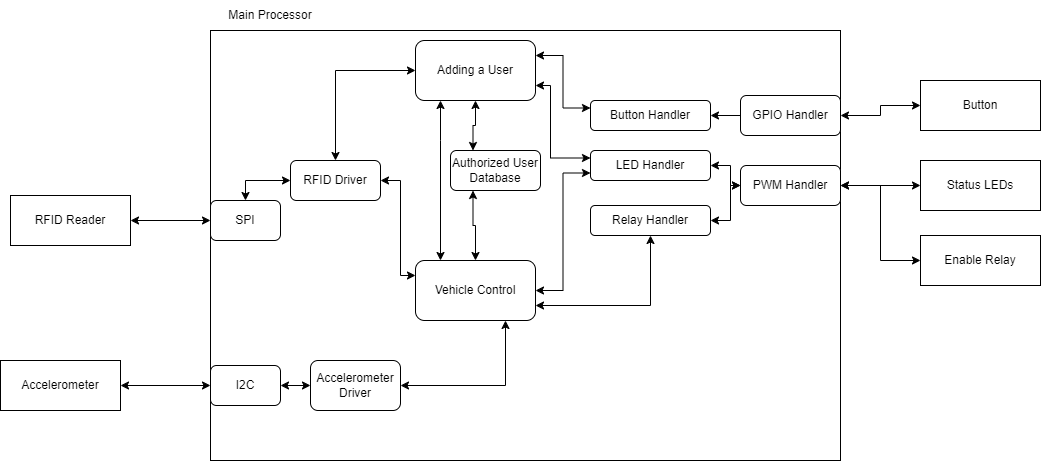
This is Images/SoftwareDiagram.png from cdauchess/MES_Final_Project, a draw.io export, as it was before one commit. Source tidied: cells renumbered, new cells last; positions are measured from the earlier drawing's top-left corner, leaving out a move shared by most shapes.
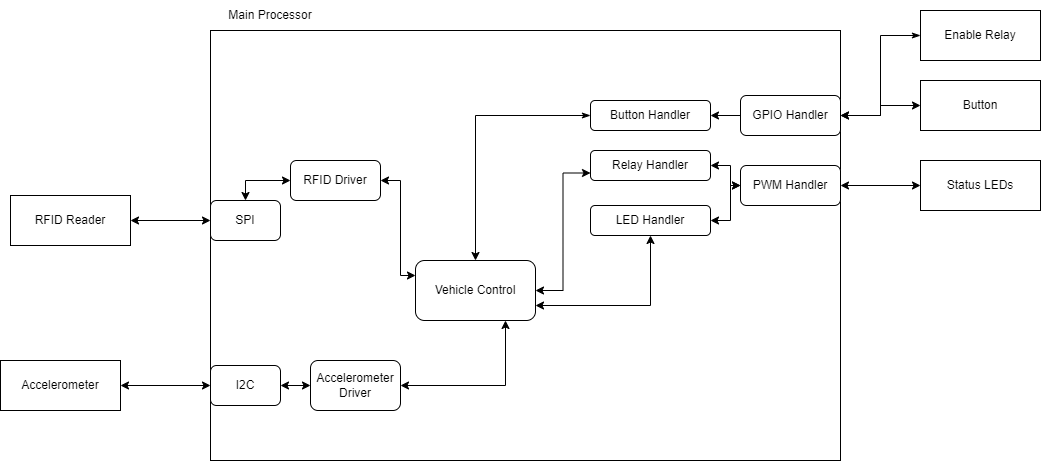
The same file after the commit.

Commit message:
Updated Hardware and Software Diagram

What changed in the source:
```diff
@@ -32,9 +32,6 @@
     <mxCell id="11" value="RFID Driver" style="rounded=1;whiteSpace=wrap;html=1;" parent="1" vertex="1">
       <mxGeometry x="290" y="160" width="90" height="40" as="geometry" />
     </mxCell>
-    <mxCell id="12" value="Authorized User Database" style="rounded=1;whiteSpace=wrap;html=1;" parent="1" vertex="1">
-      <mxGeometry x="450" y="150" width="90" height="40" as="geometry" />
-    </mxCell>
     <mxCell id="13" style="edgeStyle=orthogonalEdgeStyle;rounded=0;jettySize=auto;html=1;exitX=0;exitY=0.5;exitDx=0;exitDy=0;entryX=1;entryY=0.5;entryDx=0;entryDy=0;startArrow=classic;startFill=1;" parent="1" edge="1" source="15" target="9">
       <mxGeometry relative="1" as="geometry" />
     </mxCell>
@@ -44,17 +41,6 @@
     <mxCell id="15" value="Accelerometer Driver" style="rounded=1;whiteSpace=wrap;html=1;" parent="1" vertex="1">
       <mxGeometry x="310" y="360" width="90" height="50" as="geometry" />
     </mxCell>
-    <mxCell id="16" style="edgeStyle=orthogonalEdgeStyle;rounded=0;jettySize=auto;html=1;startArrow=classic;startFill=1;" parent="1" edge="1" source="19" target="22">
-      <mxGeometry relative="1" as="geometry">
-        <Array as="points">
-          <mxPoint x="440" y="140" />
-          <mxPoint x="440" y="140" />
-        </Array>
-      </mxGeometry>
-    </mxCell>
-    <mxCell id="17" style="edgeStyle=orthogonalEdgeStyle;rounded=0;jettySize=auto;html=1;exitX=0.5;exitY=0;exitDx=0;exitDy=0;entryX=0.25;entryY=1;entryDx=0;entryDy=0;startArrow=classic;startFill=1;" parent="1" edge="1" source="19" target="12">
-      <mxGeometry relative="1" as="geometry" />
-    </mxCell>
     <mxCell id="18" style="edgeStyle=orthogonalEdgeStyle;rounded=0;jettySize=auto;html=1;exitX=0;exitY=0.25;exitDx=0;exitDy=0;entryX=1;entryY=0.5;entryDx=0;entryDy=0;startArrow=classic;startFill=1;" parent="1" edge="1" source="19" target="11">
       <mxGeometry relative="1" as="geometry">
         <Array as="points">
@@ -66,39 +52,22 @@
     <mxCell id="19" value="Vehicle Control" style="rounded=1;whiteSpace=wrap;html=1;" parent="1" vertex="1">
       <mxGeometry x="415" y="260" width="120" height="60" as="geometry" />
     </mxCell>
-    <mxCell id="20" style="edgeStyle=orthogonalEdgeStyle;rounded=0;jettySize=auto;html=1;exitX=0;exitY=0.5;exitDx=0;exitDy=0;entryX=0.5;entryY=0;entryDx=0;entryDy=0;startArrow=classic;startFill=1;" parent="1" edge="1" source="22" target="11">
-      <mxGeometry relative="1" as="geometry" />
-    </mxCell>
-    <mxCell id="21" style="edgeStyle=orthogonalEdgeStyle;rounded=0;jettySize=auto;html=1;exitX=0.5;exitY=1;exitDx=0;exitDy=0;startArrow=classic;startFill=1;entryX=0.25;entryY=0;entryDx=0;entryDy=0;" parent="1" edge="1" source="22" target="12">
-      <mxGeometry relative="1" as="geometry" />
-    </mxCell>
-    <mxCell id="22" value="Adding a User" style="rounded=1;whiteSpace=wrap;html=1;" parent="1" vertex="1">
-      <mxGeometry x="415" y="40" width="120" height="60" as="geometry" />
-    </mxCell>
-    <mxCell id="23" style="edgeStyle=orthogonalEdgeStyle;rounded=0;jettySize=auto;html=1;exitX=0;exitY=0.25;exitDx=0;exitDy=0;entryX=1;entryY=0.25;entryDx=0;entryDy=0;startArrow=classic;startFill=1;" parent="1" edge="1" source="25" target="22">
-      <mxGeometry relative="1" as="geometry" />
-    </mxCell>
     <mxCell id="24" style="edgeStyle=orthogonalEdgeStyle;rounded=0;jettySize=auto;html=1;exitX=1;exitY=0.5;exitDx=0;exitDy=0;entryX=0;entryY=0.5;entryDx=0;entryDy=0;endArrow=none;endFill=0;startArrow=classic;startFill=1;" parent="1" edge="1" source="25" target="39">
       <mxGeometry relative="1" as="geometry" />
     </mxCell>
+    <mxCell id="41" style="edgeStyle=orthogonalEdgeStyle;rounded=0;jettySize=auto;html=1;exitX=0;exitY=0.5;exitDx=0;exitDy=0;entryX=0.5;entryY=0;entryDx=0;entryDy=0;startArrow=classicThin;startFill=1;" parent="1" edge="1" source="25" target="19">
+      <mxGeometry relative="1" as="geometry" />
+    </mxCell>
     <mxCell id="25" value="Button Handler" style="rounded=1;whiteSpace=wrap;html=1;" parent="1" vertex="1">
       <mxGeometry x="590" y="100" width="120" height="30" as="geometry" />
     </mxCell>
     <mxCell id="26" style="edgeStyle=orthogonalEdgeStyle;rounded=0;jettySize=auto;html=1;exitX=0;exitY=0.75;exitDx=0;exitDy=0;entryX=1;entryY=0.5;entryDx=0;entryDy=0;startArrow=classic;startFill=1;" parent="1" edge="1" source="29" target="19">
       <mxGeometry relative="1" as="geometry" />
     </mxCell>
-    <mxCell id="27" style="edgeStyle=orthogonalEdgeStyle;rounded=0;jettySize=auto;html=1;exitX=0;exitY=0.25;exitDx=0;exitDy=0;entryX=1;entryY=0.75;entryDx=0;entryDy=0;startArrow=classic;startFill=1;" parent="1" edge="1" source="29" target="22">
-      <mxGeometry relative="1" as="geometry">
-        <Array as="points">
-          <mxPoint x="550" y="158" />
-          <mxPoint x="550" y="85" />
-        </Array>
-      </mxGeometry>
-    </mxCell>
     <mxCell id="28" style="edgeStyle=orthogonalEdgeStyle;rounded=0;jettySize=auto;html=1;exitX=1;exitY=0.5;exitDx=0;exitDy=0;startArrow=classic;startFill=1;" parent="1" edge="1" source="29" target="40">
       <mxGeometry relative="1" as="geometry" />
     </mxCell>
-    <mxCell id="29" value="LED Handler" style="rounded=1;whiteSpace=wrap;html=1;" parent="1" vertex="1">
+    <mxCell id="29" value="Relay Handler" style="rounded=1;whiteSpace=wrap;html=1;" parent="1" vertex="1">
       <mxGeometry x="590" y="150" width="120" height="30" as="geometry" />
     </mxCell>
     <mxCell id="30" style="edgeStyle=orthogonalEdgeStyle;rounded=0;jettySize=auto;html=1;exitX=0.5;exitY=1;exitDx=0;exitDy=0;entryX=1;entryY=0.75;entryDx=0;entryDy=0;startArrow=classic;startFill=1;" parent="1" edge="1" source="32" target="19">
@@ -107,7 +76,7 @@
     <mxCell id="31" style="edgeStyle=orthogonalEdgeStyle;rounded=0;jettySize=auto;html=1;exitX=1;exitY=0.5;exitDx=0;exitDy=0;entryX=0;entryY=0.5;entryDx=0;entryDy=0;startArrow=classic;startFill=1;" parent="1" edge="1" source="32" target="40">
       <mxGeometry relative="1" as="geometry" />
     </mxCell>
-    <mxCell id="32" value="Relay Handler" style="rounded=1;whiteSpace=wrap;html=1;" parent="1" vertex="1">
+    <mxCell id="32" value="LED Handler" style="rounded=1;whiteSpace=wrap;html=1;" parent="1" vertex="1">
       <mxGeometry x="590" y="205" width="120" height="30" as="geometry" />
     </mxCell>
     <mxCell id="33" style="edgeStyle=orthogonalEdgeStyle;rounded=0;jettySize=auto;html=1;entryX=1;entryY=0.5;entryDx=0;entryDy=0;startArrow=classic;startFill=1;" parent="1" edge="1" source="34" target="39">
@@ -122,11 +91,11 @@
     <mxCell id="36" value="Status LEDs" style="rounded=0;whiteSpace=wrap;html=1;" parent="1" vertex="1">
       <mxGeometry x="920" y="160" width="120" height="50" as="geometry" />
     </mxCell>
-    <mxCell id="37" style="edgeStyle=orthogonalEdgeStyle;rounded=0;jettySize=auto;html=1;exitX=0;exitY=0.5;exitDx=0;exitDy=0;entryX=1;entryY=0.5;entryDx=0;entryDy=0;startArrow=classic;startFill=1;" parent="1" edge="1" source="38" target="40">
-      <mxGeometry relative="1" as="geometry" />
-    </mxCell>
+    <mxCell id="42" style="edgeStyle=orthogonalEdgeStyle;rounded=0;jettySize=auto;html=1;exitX=0;exitY=0.5;exitDx=0;exitDy=0;entryX=1;entryY=0.5;entryDx=0;entryDy=0;startArrow=classicThin;startFill=1;" parent="1" edge="1" source="38" target="39">
+      <mxGeometry relative="1" as="geometry" />
+    </mxCell>
     <mxCell id="38" value="Enable Relay" style="rounded=0;whiteSpace=wrap;html=1;" parent="1" vertex="1">
-      <mxGeometry x="920" y="235" width="120" height="50" as="geometry" />
+      <mxGeometry x="920" y="10" width="120" height="50" as="geometry" />
     </mxCell>
     <mxCell id="39" value="GPIO Handler" style="rounded=1;whiteSpace=wrap;html=1;" parent="1" vertex="1">
       <mxGeometry x="740" y="95" width="100" height="40" as="geometry" />
```
